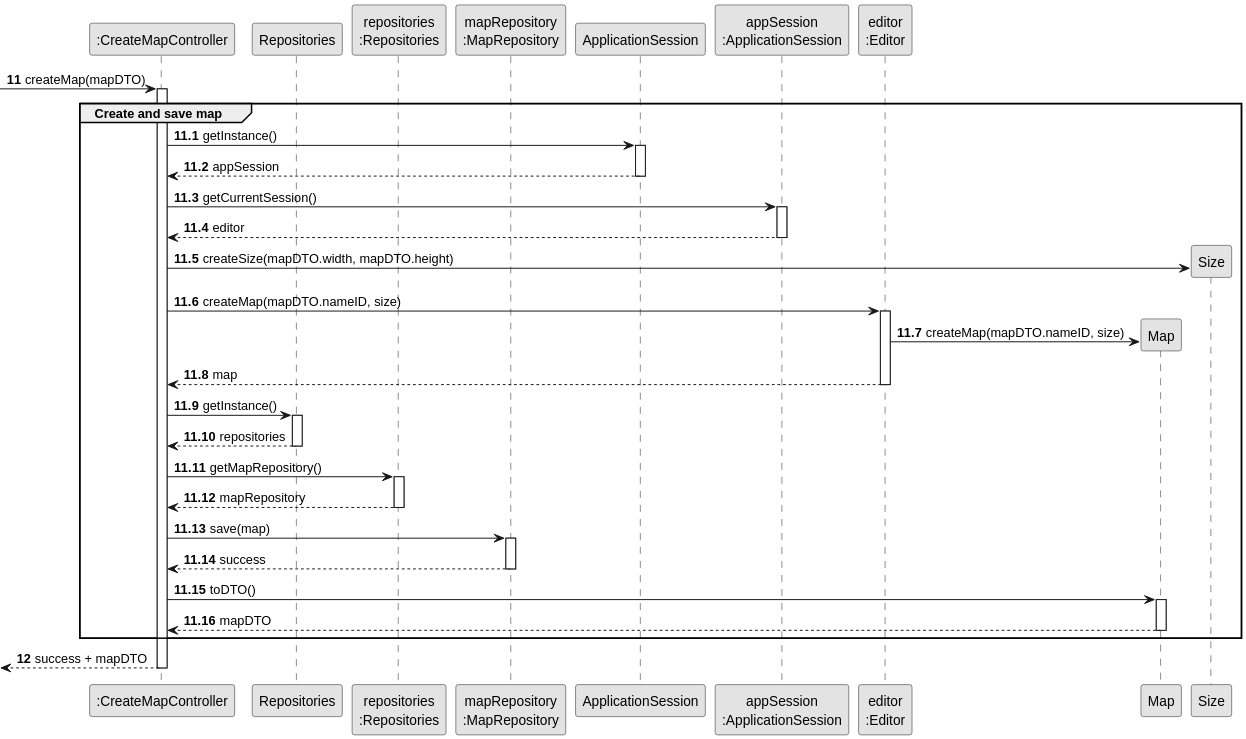
This is docs/system-documentation/Sprint 3/US01/03.design/svg/US01-SD-create-and-save-map.svg from HenriqueSilva18/Railway-Network-Simulator, a PlantUML export, as it was before one commit.
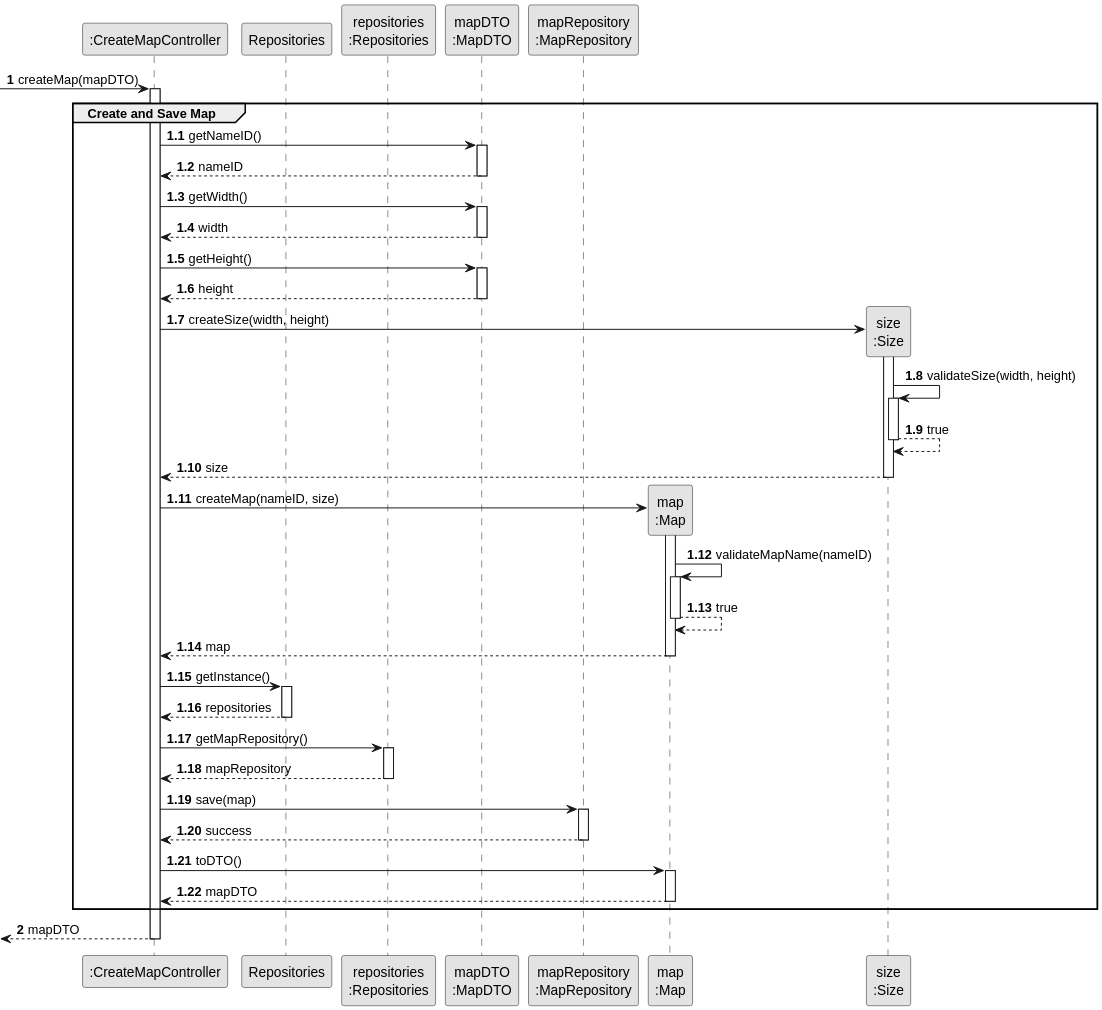
After the commit.

What changed in the source:
```diff
@@ -3,41 +3,53 @@
 skinparam packageStyle rectangle
 skinparam shadowing false
 
-autonumber
-
 participant ":CreateMapController" as CTRL
 participant "Repositories" as REPOS
 participant "repositories\n:Repositories" as REPOS_SINGLETON
-participant "mapRepository\n:MapRepository" as REPOS_MAP
-participant "ApplicationSession" as APP_SESSION
-participant "appSession\n:ApplicationSession" as APP_SESSION_SINGLETON
-participant "editor\n:Editor" as EDITOR
-participant "Map" as MAP
-participant "Size" as SIZE
+participant "mapDTO\n:MapDTO" as MAP_DTO
+participant "mapRepository\n:MapRepository" as MAP_REPO
+participant "map\n:Map" as MAP
+participant "size\n:Size" as SIZE
 
-autonumber 11
+autonumber 1
 -> CTRL: createMap(mapDTO)
-    activate CTRL
-    autonumber 11.1
-    group Create and save map
-        CTRL -> APP_SESSION: getInstance()
-        activate APP_SESSION
-            APP_SESSION --> CTRL: appSession
-        deactivate APP_SESSION
 
-        CTRL -> APP_SESSION_SINGLETON: getCurrentSession()
-        activate APP_SESSION_SINGLETON
-            APP_SESSION_SINGLETON --> CTRL: editor
-        deactivate APP_SESSION_SINGLETON
+autonumber 1.1
+activate CTRL
+    group Create and Save Map
 
-        CTRL -> SIZE**: createSize(mapDTO.width, mapDTO.height)
+        CTRL -> MAP_DTO: getNameID()
+        activate MAP_DTO
+            MAP_DTO --> CTRL: nameID
+        deactivate MAP_DTO
 
-        CTRL -> EDITOR: createMap(mapDTO.nameID, size)
-        activate EDITOR
-            EDITOR -> MAP**: createMap(mapDTO.nameID, size)
+        CTRL -> MAP_DTO: getWidth()
+        activate MAP_DTO
+            MAP_DTO --> CTRL: width
+        deactivate MAP_DTO
 
-            EDITOR --> CTRL: map
-        deactivate EDITOR
+        CTRL -> MAP_DTO: getHeight()
+        activate MAP_DTO
+            MAP_DTO --> CTRL: height
+        deactivate MAP_DTO
+
+        CTRL -> SIZE**: createSize(width, height)
+        activate SIZE
+            SIZE -> SIZE: validateSize(width, height)
+            activate SIZE
+                SIZE --> SIZE: true
+            deactivate SIZE
+            SIZE --> CTRL: size
+        deactivate SIZE
+
+        CTRL -> MAP**: createMap(nameID, size)
+        activate MAP
+            MAP -> MAP: validateMapName(nameID)
+            activate MAP
+                MAP --> MAP: true
+            deactivate MAP
+            MAP --> CTRL: map
+        deactivate MAP
 
         CTRL -> REPOS: getInstance()
         activate REPOS
@@ -49,17 +61,19 @@
             REPOS_SINGLETON --> CTRL: mapRepository
         deactivate REPOS_SINGLETON
 
-        CTRL -> REPOS_MAP: save(map)
-        activate REPOS_MAP
-            REPOS_MAP --> CTRL: success
-        deactivate REPOS_MAP
+        CTRL -> MAP_REPO: save(map)
+        activate MAP_REPO
+            MAP_REPO --> CTRL: success
+        deactivate MAP_REPO
 
         CTRL -> MAP: toDTO()
         activate MAP
             MAP --> CTRL: mapDTO
         deactivate MAP
+
     end
-    autonumber 12
-    <-- CTRL: success + mapDTO
+
+    autonumber 2
+    <-- CTRL: mapDTO
 deactivate CTRL
 @enduml
```
